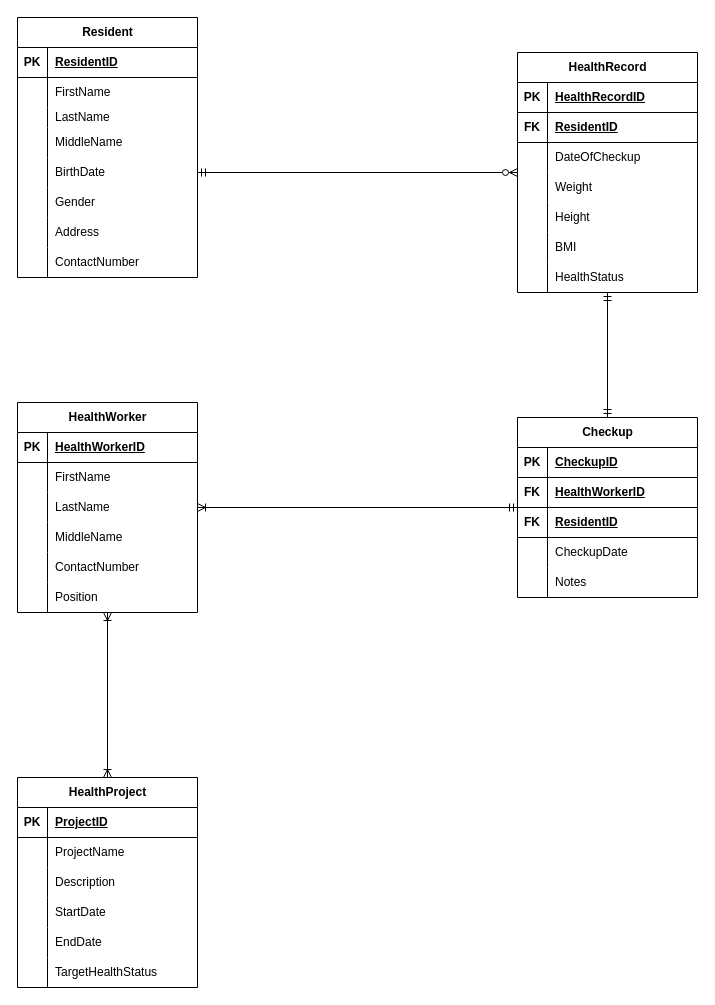
Above: page "Page-1" (1 of 3) of Untitled Diagram.drawio in Amaro018/BrgyHealthMonitoring (draw.io), before the change. Source tidied: cells renumbered, new cells numbered last; positions are measured from the earlier drawing's top-left corner, leaving out a move shared by most shapes. Both pictures are drawn from the tidied source at 100%, with x=0, y=0 at pixel (17, 17).
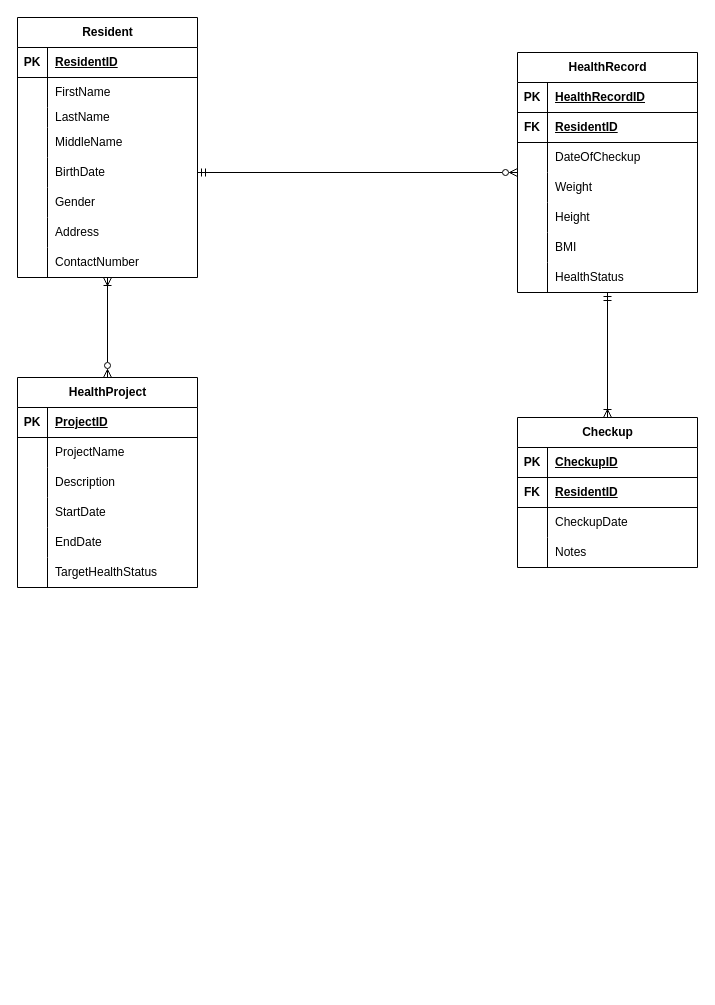
The same page after the edit.

The change refers to these unchanged cells:
```xml
<mxCell id="2" value="Resident" style="shape=table;startSize=30;childLayout=tableLayout;rowLines=0;fontStyle=1;align=center;html=1;" parent="1" vertex="1">
  <mxGeometry width="180" height="260" as="geometry" />
</mxCell>
<mxCell id="28" value="HealthRecord" style="shape=table;startSize=30;childLayout=tableLayout;rowLines=0;fontStyle=1;align=center;html=1;" parent="1" vertex="1">
  <mxGeometry x="500" y="35" width="180" height="240" as="geometry" />
</mxCell>
```

Diff of the diagram source:
```diff
@@
+    <mxCell id="107" style="edgeStyle=orthogonalEdgeStyle;rounded=0;jettySize=auto;html=1;endArrow=ERzeroToMany;endFill=0;startArrow=ERoneToMany;startFill=0;" parent="1" edge="1" source="2" target="87">
+      <mxGeometry relative="1" as="geometry" />
+    </mxCell>
@@
-    <mxCell id="27" style="edgeStyle=orthogonalEdgeStyle;rounded=0;jettySize=auto;html=1;endArrow=ERmandOne;endFill=0;startArrow=ERmandOne;startFill=0;" parent="1" edge="1" source="28" target="71">
+    <mxCell id="27" style="edgeStyle=orthogonalEdgeStyle;rounded=0;jettySize=auto;html=1;endArrow=ERoneToMany;endFill=0;startArrow=ERmandOne;startFill=0;" parent="1" edge="1" source="28" target="71">
       <mxGeometry relative="1" as="geometry" />
     </mxCell>
@@
-    <mxCell id="50" style="edgeStyle=orthogonalEdgeStyle;rounded=0;jettySize=auto;html=1;entryX=0.5;entryY=0;entryDx=0;entryDy=0;endArrow=ERoneToMany;endFill=0;startArrow=ERoneToMany;startFill=0;" parent="1" edge="1" source="51" target="87">
-      <mxGeometry relative="1" as="geometry" />
-    </mxCell>
-    <mxCell id="51" value="HealthWorker" style="shape=table;startSize=30;childLayout=tableLayout;rowLines=0;fontStyle=1;align=center;html=1;" parent="1" vertex="1">
-      <mxGeometry y="385" width="180" height="210" as="geometry" />
-    </mxCell>
-    <mxCell id="52" style="shape=tableRow;horizontal=0;startSize=0;swimlaneHead=0;swimlaneBody=0;fillColor=none;top=0;left=0;right=0;bottom=1;" parent="51" vertex="1">
-      <mxGeometry y="30" width="180" height="30" as="geometry" />
-    </mxCell>
-    <mxCell id="53" value="PK" style="shape=partialRectangle;fillColor=none;top=0;left=0;bottom=0;right=0;fontStyle=1;overflow=hidden;whiteSpace=wrap;html=1;" parent="52" vertex="1">
-      <mxGeometry width="30" height="30" as="geometry" />
-    </mxCell>
-    <mxCell id="54" value="HealthWorkerID   " style="shape=partialRectangle;fillColor=none;top=0;left=0;bottom=0;right=0;align=left;spacingLeft=6;fontStyle=5;overflow=hidden;whiteSpace=wrap;html=1;" parent="52" vertex="1">
-      <mxGeometry x="30" width="150" height="30" as="geometry" />
-    </mxCell>
-    <mxCell id="55" style="shape=tableRow;horizontal=0;startSize=0;swimlaneHead=0;swimlaneBody=0;fillColor=none;top=0;left=0;right=0;bottom=0;" parent="51" vertex="1">
-      <mxGeometry y="60" width="180" height="30" as="geometry" />
-    </mxCell>
-    <mxCell id="56" style="shape=partialRectangle;fillColor=none;top=0;left=0;bottom=0;right=0;overflow=hidden;whiteSpace=wrap;html=1;" parent="55" vertex="1">
-      <mxGeometry width="30" height="30" as="geometry" />
-    </mxCell>
-    <mxCell id="57" value="FirstName" style="shape=partialRectangle;fillColor=none;top=0;left=0;bottom=0;right=0;align=left;spacingLeft=6;overflow=hidden;whiteSpace=wrap;html=1;" parent="55" vertex="1">
-      <mxGeometry x="30" width="150" height="30" as="geometry" />
-    </mxCell>
-    <mxCell id="58" style="shape=tableRow;horizontal=0;startSize=0;swimlaneHead=0;swimlaneBody=0;fillColor=none;top=0;left=0;right=0;bottom=0;" parent="51" vertex="1">
-      <mxGeometry y="90" width="180" height="30" as="geometry" />
-    </mxCell>
-    <mxCell id="59" style="shape=partialRectangle;fillColor=none;top=0;left=0;bottom=0;right=0;overflow=hidden;whiteSpace=wrap;html=1;" parent="58" vertex="1">
-      <mxGeometry width="30" height="30" as="geometry" />
-    </mxCell>
-    <mxCell id="60" value="LastName" style="shape=partialRectangle;fillColor=none;top=0;left=0;bottom=0;right=0;align=left;spacingLeft=6;overflow=hidden;whiteSpace=wrap;html=1;" parent="58" vertex="1">
-      <mxGeometry x="30" width="150" height="30" as="geometry" />
-    </mxCell>
-    <mxCell id="61" style="shape=tableRow;horizontal=0;startSize=0;swimlaneHead=0;swimlaneBody=0;fillColor=none;top=0;left=0;right=0;bottom=0;" parent="51" vertex="1">
-      <mxGeometry y="120" width="180" height="30" as="geometry" />
-    </mxCell>
-    <mxCell id="62" style="shape=partialRectangle;fillColor=none;top=0;left=0;bottom=0;right=0;overflow=hidden;whiteSpace=wrap;html=1;" parent="61" vertex="1">
-      <mxGeometry width="30" height="30" as="geometry" />
-    </mxCell>
-    <mxCell id="63" value="MiddleName" style="shape=partialRectangle;fillColor=none;top=0;left=0;bottom=0;right=0;align=left;spacingLeft=6;overflow=hidden;whiteSpace=wrap;html=1;" parent="61" vertex="1">
-      <mxGeometry x="30" width="150" height="30" as="geometry" />
-    </mxCell>
-    <mxCell id="64" style="shape=tableRow;horizontal=0;startSize=0;swimlaneHead=0;swimlaneBody=0;fillColor=none;top=0;left=0;right=0;bottom=0;" parent="51" vertex="1">
-      <mxGeometry y="150" width="180" height="30" as="geometry" />
-    </mxCell>
-    <mxCell id="65" style="shape=partialRectangle;fillColor=none;top=0;left=0;bottom=0;right=0;overflow=hidden;whiteSpace=wrap;html=1;" parent="64" vertex="1">
-      <mxGeometry width="30" height="30" as="geometry" />
-    </mxCell>
-    <mxCell id="66" value="ContactNumber" style="shape=partialRectangle;fillColor=none;top=0;left=0;bottom=0;right=0;align=left;spacingLeft=6;overflow=hidden;whiteSpace=wrap;html=1;" parent="64" vertex="1">
-      <mxGeometry x="30" width="150" height="30" as="geometry" />
-    </mxCell>
-    <mxCell id="67" style="shape=tableRow;horizontal=0;startSize=0;swimlaneHead=0;swimlaneBody=0;fillColor=none;top=0;left=0;right=0;bottom=0;" parent="51" vertex="1">
-      <mxGeometry y="180" width="180" height="30" as="geometry" />
-    </mxCell>
-    <mxCell id="68" style="shape=partialRectangle;fillColor=none;top=0;left=0;bottom=0;right=0;overflow=hidden;whiteSpace=wrap;html=1;" parent="67" vertex="1">
-      <mxGeometry width="30" height="30" as="geometry" />
-    </mxCell>
-    <mxCell id="69" value="Position " style="shape=partialRectangle;fillColor=none;top=0;left=0;bottom=0;right=0;align=left;spacingLeft=6;overflow=hidden;whiteSpace=wrap;html=1;" parent="67" vertex="1">
-      <mxGeometry x="30" width="150" height="30" as="geometry" />
-    </mxCell>
-    <mxCell id="70" style="edgeStyle=orthogonalEdgeStyle;rounded=0;jettySize=auto;html=1;endArrow=ERoneToMany;endFill=0;startArrow=ERmandOne;startFill=0;" parent="1" edge="1" source="71" target="51">
-      <mxGeometry relative="1" as="geometry" />
-    </mxCell>
     <mxCell id="71" value="Checkup" style="shape=table;startSize=30;childLayout=tableLayout;rowLines=0;fontStyle=1;align=center;html=1;" parent="1" vertex="1">
-      <mxGeometry x="500" y="400" width="180" height="180" as="geometry" />
+      <mxGeometry x="500" y="400" width="180" height="150" as="geometry" />
     </mxCell>
@@
-    <mxCell id="75" style="shape=tableRow;horizontal=0;startSize=0;swimlaneHead=0;swimlaneBody=0;fillColor=none;top=0;left=0;right=0;bottom=1;" parent="71" vertex="1">
-      <mxGeometry y="60" width="180" height="30" as="geometry" />
-    </mxCell>
-    <mxCell id="76" value="FK" style="shape=partialRectangle;fillColor=none;top=0;left=0;bottom=0;right=0;fontStyle=1;overflow=hidden;whiteSpace=wrap;html=1;" parent="75" vertex="1">
-      <mxGeometry width="30" height="30" as="geometry" />
-    </mxCell>
-    <mxCell id="77" value="HealthWorkerID     " style="shape=partialRectangle;fillColor=none;top=0;left=0;bottom=0;right=0;align=left;spacingLeft=6;fontStyle=5;overflow=hidden;whiteSpace=wrap;html=1;" parent="75" vertex="1">
-      <mxGeometry x="30" width="150" height="30" as="geometry" />
-    </mxCell>
     <mxCell id="78" style="shape=tableRow;horizontal=0;startSize=0;swimlaneHead=0;swimlaneBody=0;fillColor=none;top=0;left=0;right=0;bottom=1;" parent="71" vertex="1">
-      <mxGeometry y="90" width="180" height="30" as="geometry" />
+      <mxGeometry y="60" width="180" height="30" as="geometry" />
     </mxCell>
@@
     <mxCell id="81" style="shape=tableRow;horizontal=0;startSize=0;swimlaneHead=0;swimlaneBody=0;fillColor=none;top=0;left=0;right=0;bottom=0;" parent="71" vertex="1">
-      <mxGeometry y="120" width="180" height="30" as="geometry" />
+      <mxGeometry y="90" width="180" height="30" as="geometry" />
     </mxCell>
@@
     <mxCell id="84" style="shape=tableRow;horizontal=0;startSize=0;swimlaneHead=0;swimlaneBody=0;fillColor=none;top=0;left=0;right=0;bottom=0;" parent="71" vertex="1">
-      <mxGeometry y="150" width="180" height="30" as="geometry" />
+      <mxGeometry y="120" width="180" height="30" as="geometry" />
     </mxCell>
@@
     <mxCell id="87" value="HealthProject" style="shape=table;startSize=30;childLayout=tableLayout;rowLines=0;fontStyle=1;align=center;html=1;" parent="1" vertex="1">
-      <mxGeometry y="760" width="180" height="210" as="geometry" />
+      <mxGeometry y="360" width="180" height="210" as="geometry" />
     </mxCell>
```
